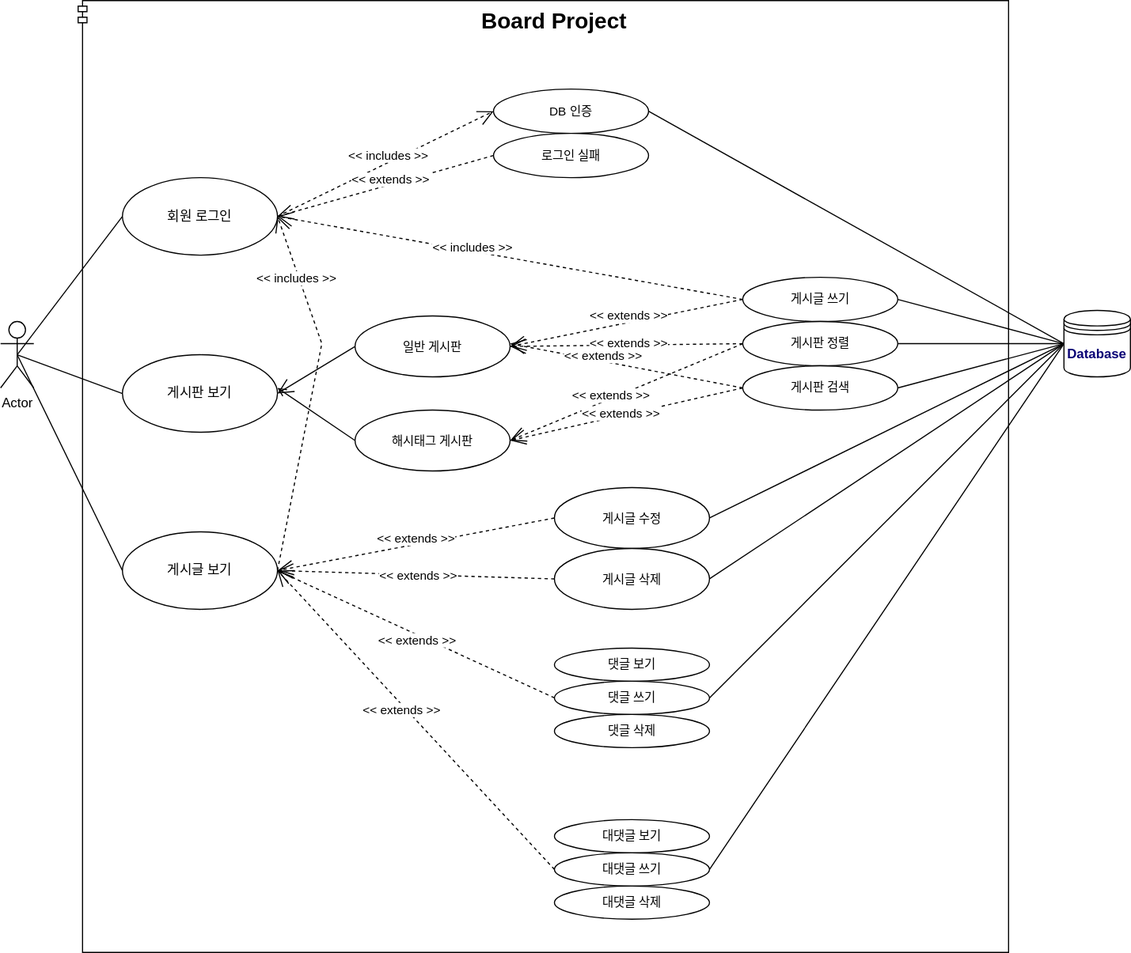
The draw.io diagram documents/use-case.drawio.svg in gdtknight/board-project, before a commit. Source tidied: cells renumbered, new cells last; positions are measured from the earlier drawing's top-left corner, leaving out a move shared by most shapes.
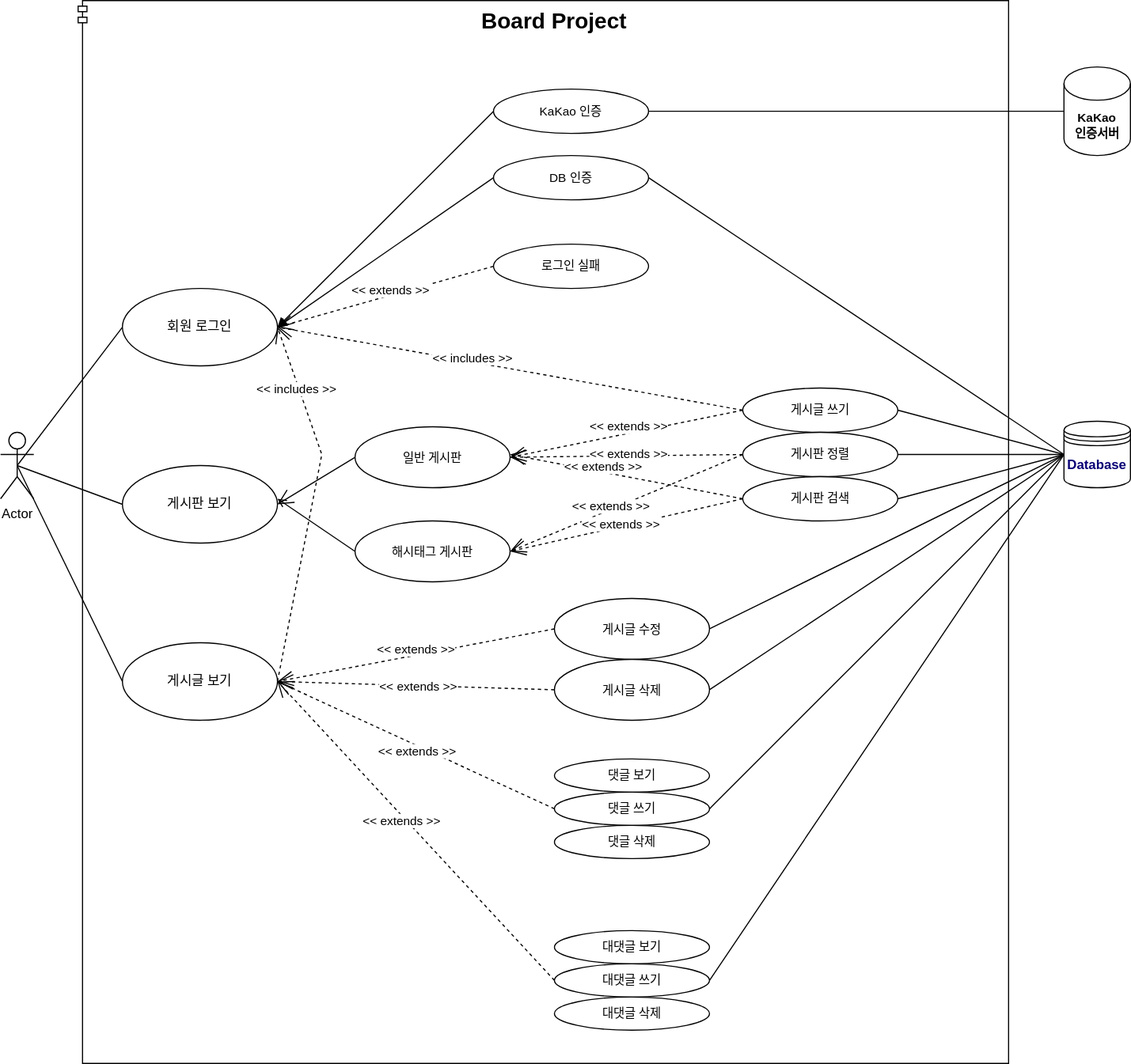
The same diagram one commit later.

Commit message:
#51 - update use-case ( KaKao 인증 추가)

What changed in the source:
```diff
@@ -3,7 +3,7 @@
     <mxCell id="0" />
     <mxCell id="1" parent="0" />
     <mxCell id="2" value="&lt;b&gt;&lt;font style=&quot;font-size: 20px;&quot;&gt;Board Project&lt;/font&gt;&lt;/b&gt;" style="shape=module;align=left;spacingLeft=20;align=center;verticalAlign=top;whiteSpace=wrap;html=1;jettyWidth=8;jettyHeight=5;" parent="1" vertex="1">
-      <mxGeometry x="70" width="840" height="860" as="geometry" />
+      <mxGeometry x="70" y="-100" width="840" height="960" as="geometry" />
     </mxCell>
     <mxCell id="3" style="edgeStyle=none;shape=connector;rounded=0;jettySize=auto;html=1;exitX=0;exitY=0.5;exitDx=0;exitDy=0;entryX=0.5;entryY=0.5;entryDx=0;entryDy=0;entryPerimeter=0;labelBackgroundColor=default;strokeColor=default;fontFamily=Helvetica;fontSize=11;fontColor=default;endArrow=none;endSize=12;endFill=0;" parent="1" edge="1" source="4" target="6">
       <mxGeometry relative="1" as="geometry" />
@@ -48,7 +48,7 @@
       <mxGeometry x="320" y="370" width="140" height="55" as="geometry" />
     </mxCell>
     <mxCell id="15" value="DB 인증" style="ellipse;whiteSpace=wrap;html=1;fontFamily=Helvetica;fontSize=11;fontColor=default;" parent="1" vertex="1">
-      <mxGeometry x="445" y="80" width="140" height="40" as="geometry" />
+      <mxGeometry x="445" y="40" width="140" height="40" as="geometry" />
     </mxCell>
     <mxCell id="16" value="로그인 실패" style="ellipse;whiteSpace=wrap;html=1;fontFamily=Helvetica;fontSize=11;fontColor=default;" parent="1" vertex="1">
       <mxGeometry x="445" y="120" width="140" height="40" as="geometry" />
@@ -184,14 +184,9 @@
         <mxPoint x="8" y="-7" as="offset" />
       </mxGeometry>
     </mxCell>
-    <mxCell id="54" style="edgeStyle=none;shape=connector;rounded=0;jettySize=auto;html=1;exitX=1;exitY=0.5;exitDx=0;exitDy=0;dashed=1;labelBackgroundColor=default;strokeColor=default;fontFamily=Helvetica;fontSize=11;fontColor=default;endArrow=open;endSize=12;entryX=0;entryY=0.5;entryDx=0;entryDy=0;" parent="1" edge="1" source="4" target="15">
+    <mxCell id="54" style="edgeStyle=none;shape=connector;rounded=0;jettySize=auto;html=1;exitX=1;exitY=0.5;exitDx=0;exitDy=0;labelBackgroundColor=default;strokeColor=default;fontFamily=Helvetica;fontSize=11;fontColor=default;endArrow=none;endSize=12;entryX=0;entryY=0.5;entryDx=0;entryDy=0;endFill=0;startArrow=block;startFill=1;" parent="1" edge="1" source="4" target="15">
       <mxGeometry relative="1" as="geometry" />
     </mxCell>
-    <mxCell id="55" value="&amp;lt;&amp;lt; includes &amp;gt;&amp;gt;" style="edgeLabel;html=1;align=center;verticalAlign=middle;fontSize=11;fontFamily=Helvetica;fontColor=default;" parent="54" vertex="1">
-      <mxGeometry x="0.65" y="3" relative="1" as="geometry">
-        <mxPoint x="-60" y="26" as="offset" />
-      </mxGeometry>
-    </mxCell>
     <mxCell id="56" style="edgeStyle=none;shape=connector;rounded=0;jettySize=auto;html=1;exitX=0;exitY=0.5;exitDx=0;exitDy=0;entryX=1;entryY=0.5;entryDx=0;entryDy=0;dashed=1;labelBackgroundColor=default;strokeColor=default;fontFamily=Helvetica;fontSize=11;fontColor=default;endArrow=open;endSize=12;" parent="1" edge="1" source="16" target="4">
       <mxGeometry relative="1" as="geometry" />
     </mxCell>
@@ -214,5 +209,17 @@
     <mxCell id="61" style="edgeStyle=none;shape=connector;rounded=0;jettySize=auto;html=1;exitX=0;exitY=0.5;exitDx=0;exitDy=0;entryX=0.5;entryY=0.5;entryDx=0;entryDy=0;entryPerimeter=0;labelBackgroundColor=default;strokeColor=default;fontFamily=Helvetica;fontSize=11;fontColor=default;endArrow=none;endSize=12;endFill=0;" parent="1" edge="1" source="10" target="6">
       <mxGeometry relative="1" as="geometry" />
     </mxCell>
+    <mxCell id="62" value="&lt;b&gt;KaKao&lt;br&gt;인증서버&lt;/b&gt;" style="shape=cylinder3;whiteSpace=wrap;html=1;boundedLbl=1;backgroundOutline=1;size=15;fontFamily=Helvetica;fontSize=11;fontColor=default;" parent="1" vertex="1">
+      <mxGeometry x="960" y="-40" width="60" height="80" as="geometry" />
+    </mxCell>
+    <mxCell id="63" style="edgeStyle=none;shape=connector;rounded=0;jettySize=auto;html=1;exitX=1;exitY=0.5;exitDx=0;exitDy=0;entryX=0;entryY=0.5;entryDx=0;entryDy=0;entryPerimeter=0;labelBackgroundColor=default;strokeColor=default;fontFamily=Helvetica;fontSize=11;fontColor=default;endArrow=none;endSize=12;endFill=0;" parent="1" edge="1" source="64" target="62">
+      <mxGeometry relative="1" as="geometry" />
+    </mxCell>
+    <mxCell id="64" value="KaKao 인증" style="ellipse;whiteSpace=wrap;html=1;fontFamily=Helvetica;fontSize=11;fontColor=default;" parent="1" vertex="1">
+      <mxGeometry x="445" y="-20" width="140" height="40" as="geometry" />
+    </mxCell>
+    <mxCell id="65" style="edgeStyle=none;shape=connector;rounded=0;jettySize=auto;html=1;exitX=1;exitY=0.5;exitDx=0;exitDy=0;labelBackgroundColor=default;strokeColor=default;fontFamily=Helvetica;fontSize=11;fontColor=default;endArrow=none;endSize=12;entryX=0;entryY=0.5;entryDx=0;entryDy=0;endFill=0;startArrow=block;startFill=1;" parent="1" edge="1" source="4" target="64">
+      <mxGeometry relative="1" as="geometry" />
+    </mxCell>
   </root>
 </mxGraphModel>
```
